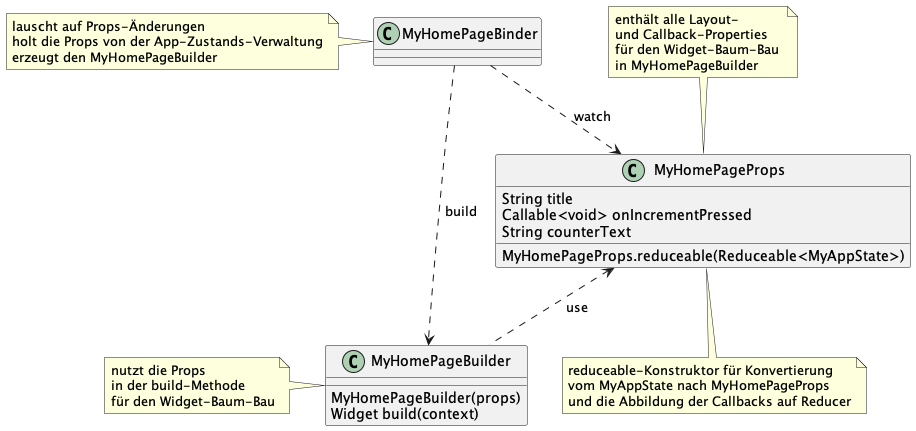
This is images/humble_widget.png from partmaster/reduced, a PlantUML export, as it was before one commit.
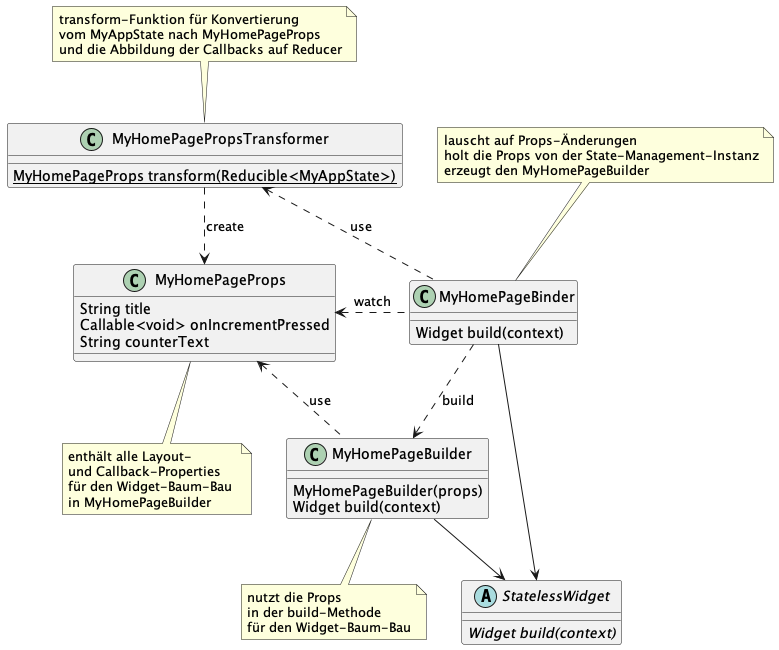
Later version of the same file.

What changed in the source:
```diff
@@ -4,17 +4,18 @@
 MyHomePageBuilder : MyHomePageBuilder(props)
 MyHomePageBuilder : Widget build(context)
 
-note left of MyHomePageBuilder
+note bottom of MyHomePageBuilder
     nutzt die Props
     in der build-Methode
     für den Widget-Baum-Bau
 end note
 
 class MyHomePageBinder
+MyHomePageBinder : Widget build(context)
 
-note left of MyHomePageBinder
+note top of MyHomePageBinder
     lauscht auf Props-Änderungen
-    holt die Props von der App-Zustands-Verwaltung
+    holt die Props von der State-Management-Instanz
     erzeugt den MyHomePageBuilder
 end note
 
@@ -22,10 +23,11 @@
 MyHomePageProps : String title
 MyHomePageProps : Callable<void> onIncrementPressed
 MyHomePageProps : String counterText
-MyHomePageProps : MyHomePageProps.reduceable(Reduceable<MyAppState>)
 
+class MyHomePagePropsTransformer
+MyHomePagePropsTransformer : {static} MyHomePageProps transform(Reducible<MyAppState>)
 
-note top of MyHomePageProps
+note bottom of MyHomePageProps
     enthält alle Layout-
     und Callback-Properties
     für den Widget-Baum-Bau
@@ -33,14 +35,23 @@
 end note
 
 
-note bottom of MyHomePageProps
-    reduceable-Konstruktor für Konvertierung
+note top of MyHomePagePropsTransformer
+    transform-Funktion für Konvertierung
     vom MyAppState nach MyHomePageProps
     und die Abbildung der Callbacks auf Reducer
 end note
 
 MyHomePageBinder ..> MyHomePageBuilder : build
-MyHomePageBinder ..> MyHomePageProps : watch
+MyHomePageBinder .left.> MyHomePageProps : watch
 MyHomePageBuilder .up.> MyHomePageProps : use
+MyHomePageBinder .up.> MyHomePagePropsTransformer : use
+MyHomePagePropsTransformer .right.> MyHomePageProps : create
+
+abstract class StatelessWidget
+StatelessWidget : {abstract} Widget build(context)
+
+
+MyHomePageBinder --> StatelessWidget
+MyHomePageBuilder --> StatelessWidget
 
 @enduml
```
